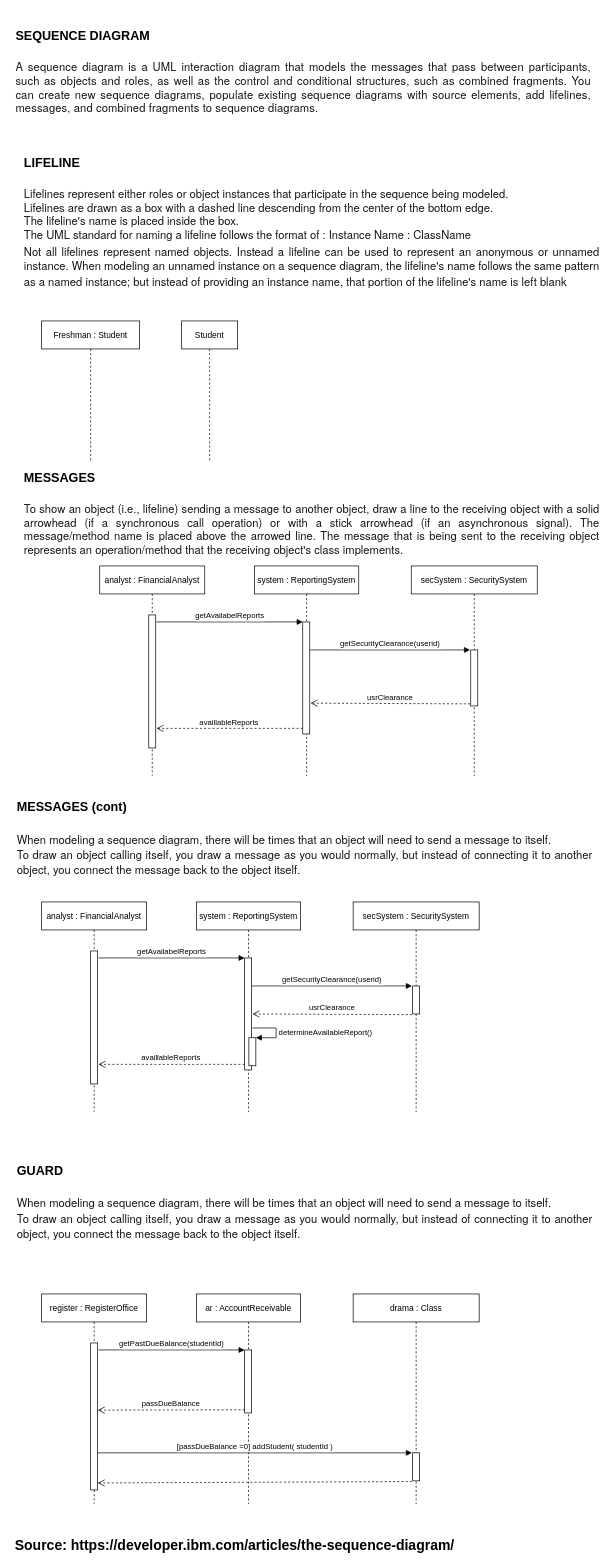
Earlier version of the draw.io diagram page "Sequence" (1 of 3) of Sequence.drawio (huutriGh/Apptech-Diagram). Source tidied: cells renumbered, new cells numbered last; positions are measured from the earlier drawing's top-left corner, leaving out a move shared by most shapes. Both pictures are drawn from the tidied source at 70%, with x=0, y=0 at pixel (12, 19).
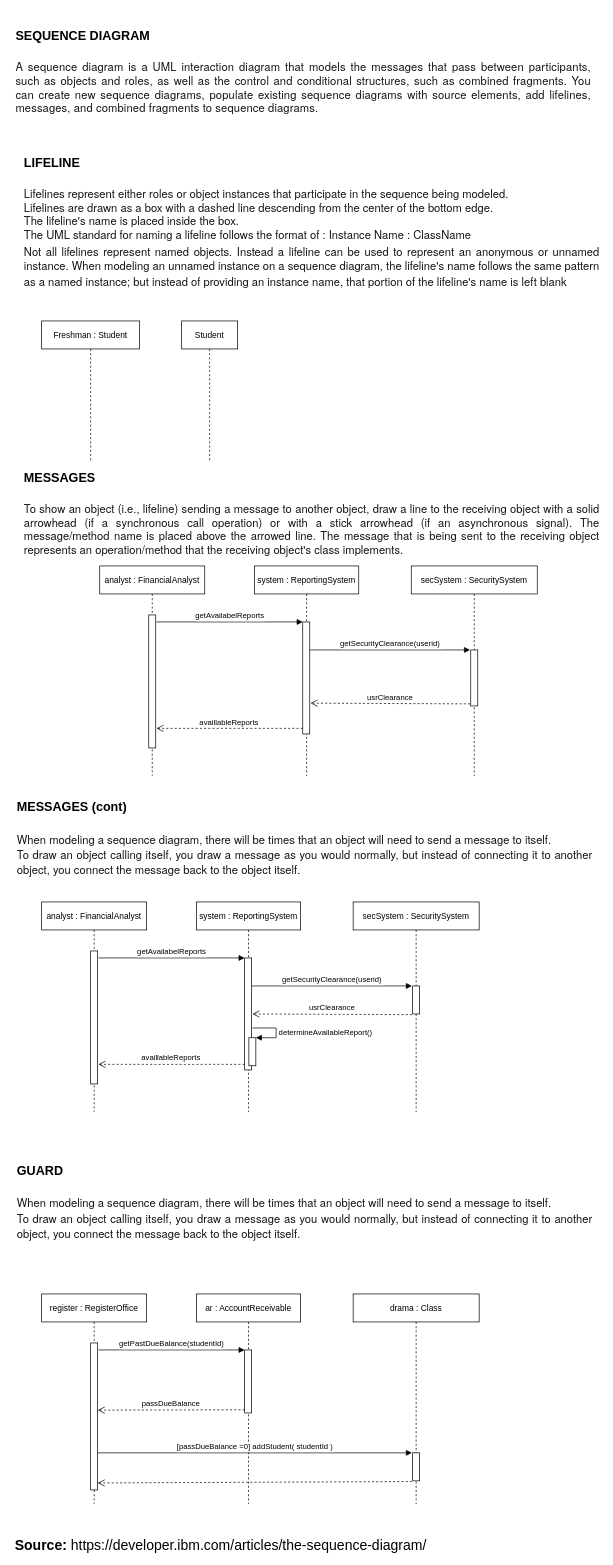
The same diagram, later.

Diff of the diagram source:
```diff
@@
-    <mxCell id="30" value="Source: https://developer.ibm.com/articles/the-sequence-diagram/" style="text;whiteSpace=wrap;html=1;fontStyle=1;fontSize=20;" parent="1" vertex="1">
+    <mxCell id="30" value="Source: &lt;span style=&quot;font-weight: normal;&quot;&gt;&lt;font style=&quot;font-size: 20px;&quot;&gt;https://developer.ibm.com/articles/the-sequence-diagram/&lt;/font&gt;&lt;/span&gt;" style="text;whiteSpace=wrap;html=1;fontStyle=1;fontSize=20;" parent="1" vertex="1">
       <mxGeometry x="2" y="2161" width="660" height="30" as="geometry" />
     </mxCell>
```
